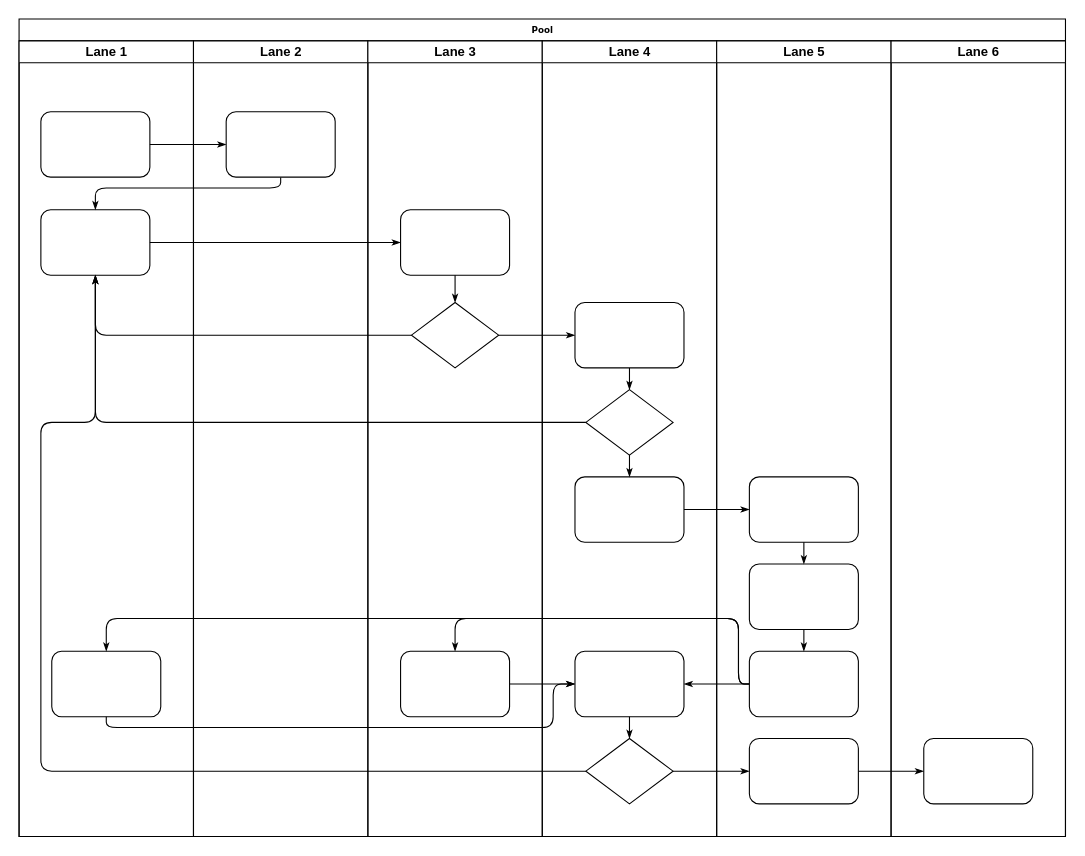
Above: 未命名绘图.drawio in zlgan/blog (draw.io), before the change. Source tidied: cells renumbered, new cells numbered last; positions are measured from the earlier drawing's top-left corner, leaving out a move shared by most shapes. Both pictures are drawn from the tidied source at 109%, with x=0, y=0 at pixel (19, 19).
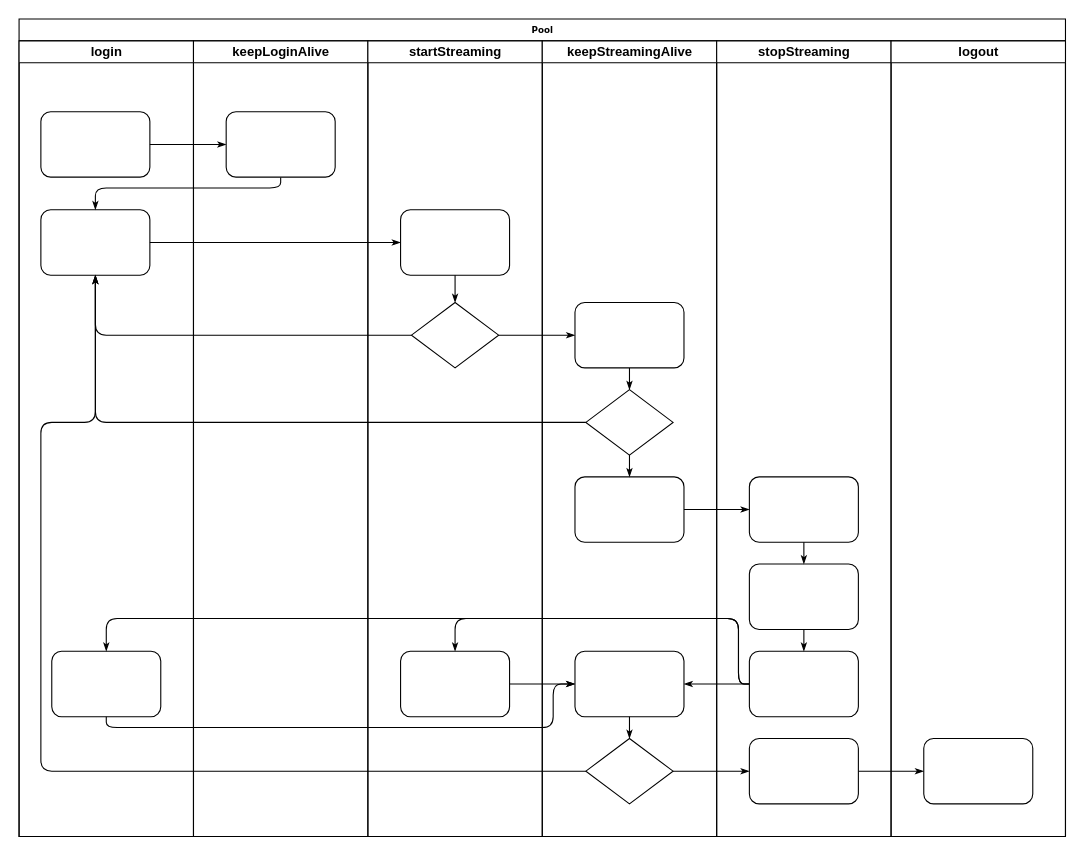
The same diagram, later.

Commit message:
更新未命名绘图.drawio

Unchanged cells that the change refers to:
```xml
<mxCell id="2" value="Pool" style="swimlane;html=1;startSize=20;rounded=0;shadow=0;labelBackgroundColor=none;strokeWidth=1;fontFamily=Verdana;fontSize=8;align=center;" parent="1" vertex="1">
  <mxGeometry width="960" height="750" as="geometry" />
</mxCell>
```

Diff of the diagram source:
```diff
@@
-    <mxCell id="3" value="Lane 1" style="swimlane;html=1;startSize=20;" parent="2" vertex="1">
+    <mxCell id="3" value="login" style="swimlane;html=1;startSize=20;" parent="2" vertex="1">
       <mxGeometry y="20" width="160" height="730" as="geometry" />
     </mxCell>
@@
-    <mxCell id="22" value="Lane 2" style="swimlane;html=1;startSize=20;" parent="2" vertex="1">
+    <mxCell id="22" value="keepLoginAlive" style="swimlane;html=1;startSize=20;" parent="2" vertex="1">
       <mxGeometry x="160" y="20" width="160" height="730" as="geometry" />
     </mxCell>
@@
-    <mxCell id="24" value="Lane 3" style="swimlane;html=1;startSize=20;" parent="2" vertex="1">
+    <mxCell id="24" value="startStreaming" style="swimlane;html=1;startSize=20;" parent="2" vertex="1">
       <mxGeometry x="320" y="20" width="160" height="730" as="geometry" />
     </mxCell>
@@
-    <mxCell id="29" value="Lane 4" style="swimlane;html=1;startSize=20;" parent="2" vertex="1">
+    <mxCell id="29" value="keepStreamingAlive" style="swimlane;html=1;startSize=20;" parent="2" vertex="1">
       <mxGeometry x="480" y="20" width="160" height="730" as="geometry" />
     </mxCell>
@@
-    <mxCell id="38" value="Lane 5" style="swimlane;html=1;startSize=20;" parent="2" vertex="1">
+    <mxCell id="38" value="stopStreaming" style="swimlane;html=1;startSize=20;" parent="2" vertex="1">
       <mxGeometry x="640" y="20" width="160" height="730" as="geometry" />
     </mxCell>
@@
-    <mxCell id="45" value="Lane 6" style="swimlane;html=1;startSize=20;" parent="2" vertex="1">
+    <mxCell id="45" value="logout" style="swimlane;html=1;startSize=20;" parent="2" vertex="1">
       <mxGeometry x="800" y="20" width="160" height="730" as="geometry" />
     </mxCell>
```
